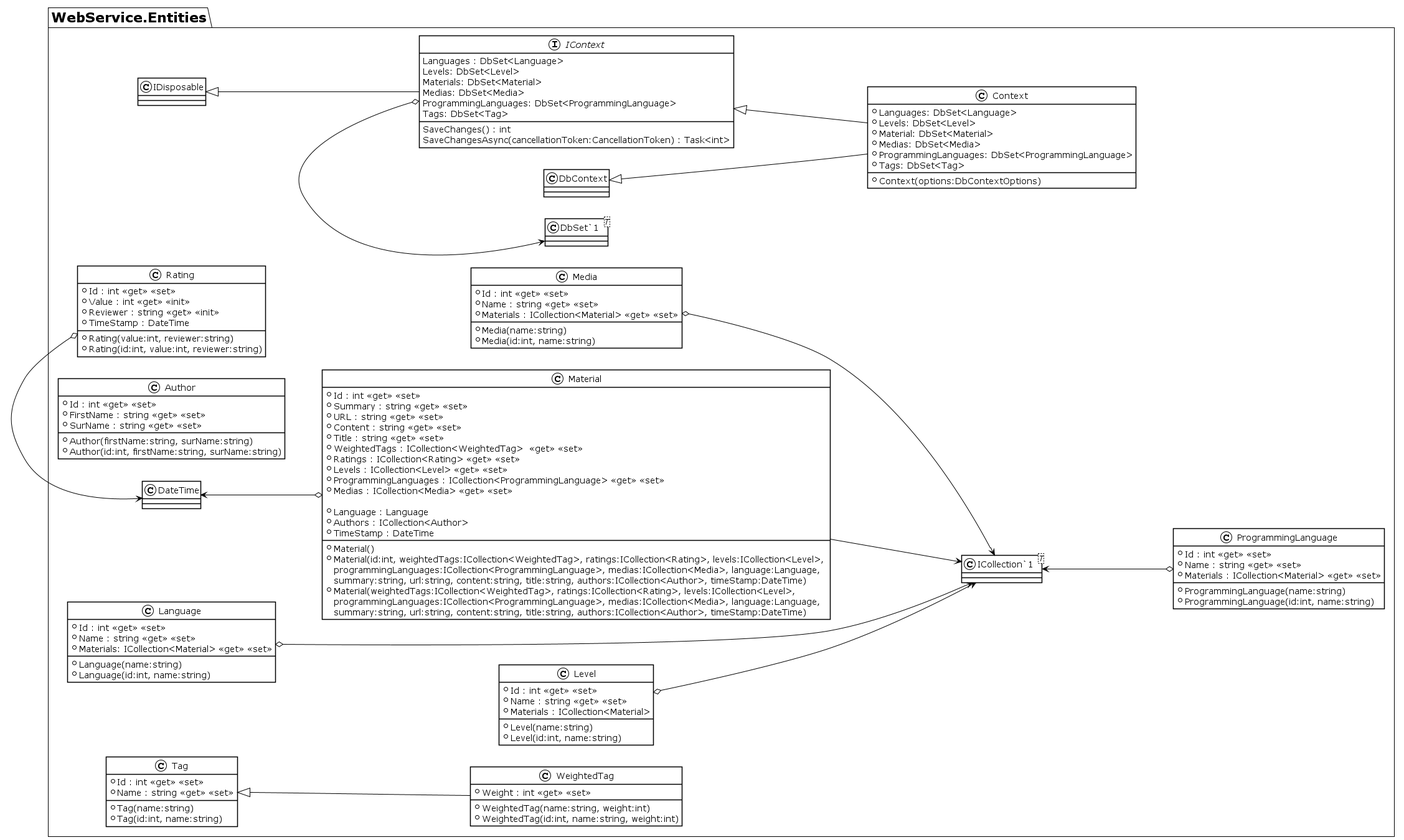
Above: Documentation/UML/Images/entities.png in ahja-itu/BDSA2021-FinalProject (PlantUML), before the change.
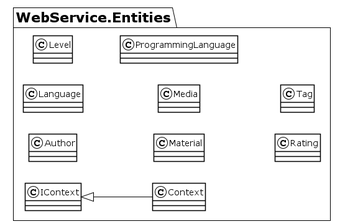
The same diagram one commit later.

What changed in the source:
```diff
@@ -2,16 +2,18 @@
 !theme plain
 left to right direction
 package WebService.Entities {
-    !include .\Author.puml
-    !include .\Context.puml
-    !include .\IContext.puml
-    !include .\Language.puml
-    !include .\Level.puml
-    !include .\Material.puml
-    !include .\Media.puml
-    !include .\ProgrammingLanguage.puml
-    !include .\Rating.puml
-    !include .\Tag.puml
+    class Author
+    class Context
+    class IContext
+    class Language
+    class Level
+    class Material
+    class Media
+    class ProgrammingLanguage
+    class Rating
+    class Tag
 }
 
+IContext <|-- Context
+
 @enduml
```
